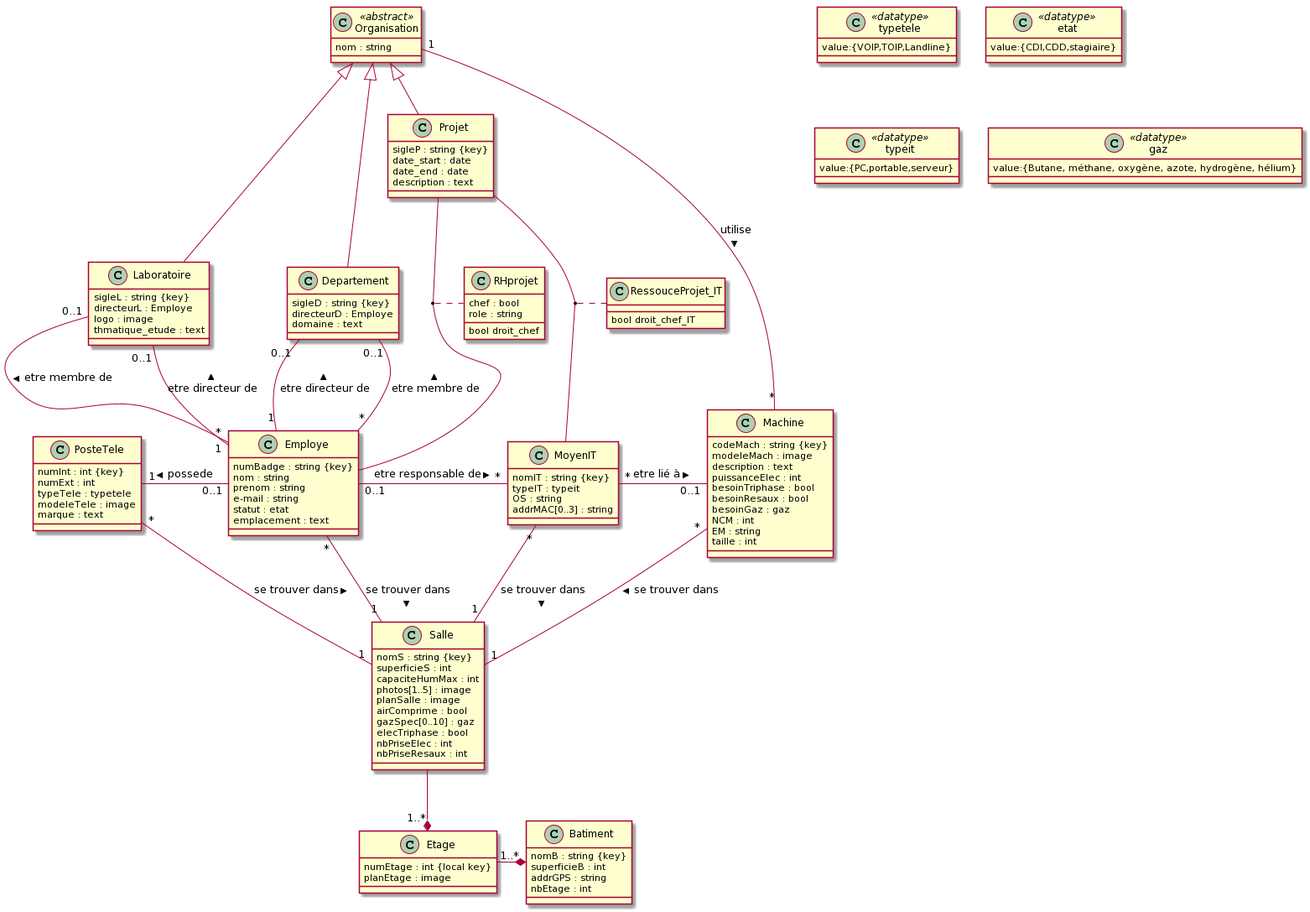
Above: MCD/UML.png in hanlinAumonde/nf17_projet_individuel (PlantUML), before the change.
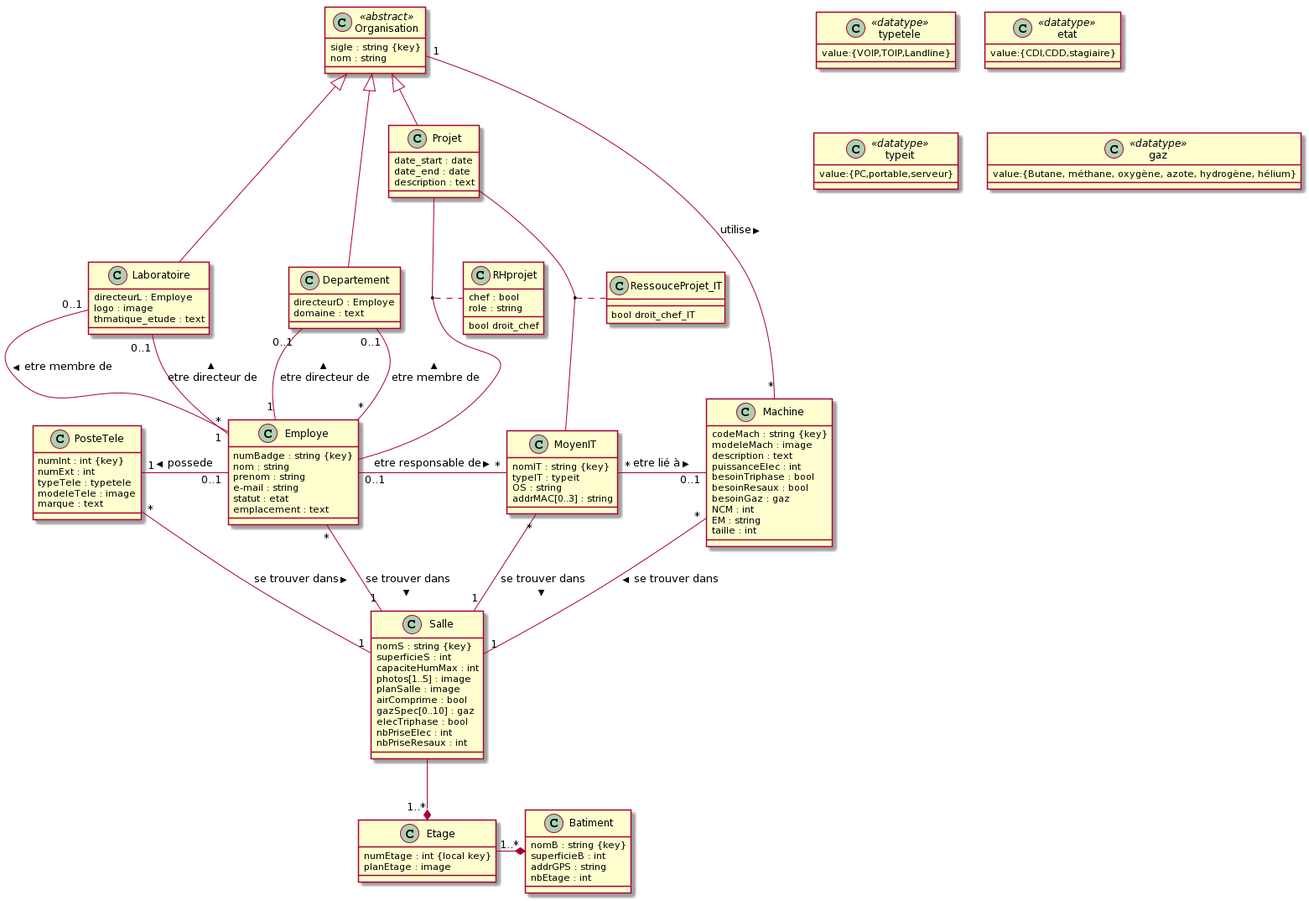
Above is the later version.

Change to the diagram source:
```diff
@@ -1,24 +1,22 @@
 @startuml
 class Organisation <<abstract>>{
+  sigle : string {key}
   nom : string
 }
 
 class Laboratoire{
-  sigleL : string {key}
   directeurL : Employe
   logo : image
   thmatique_etude : text
 }
 
 class Projet{
-  sigleP : string {key}
   date_start : date
   date_end : date
   description : text
 }
 
 class Departement{
-  sigleD : string {key}
   directeurD : Employe
   domaine : text
 }
```
